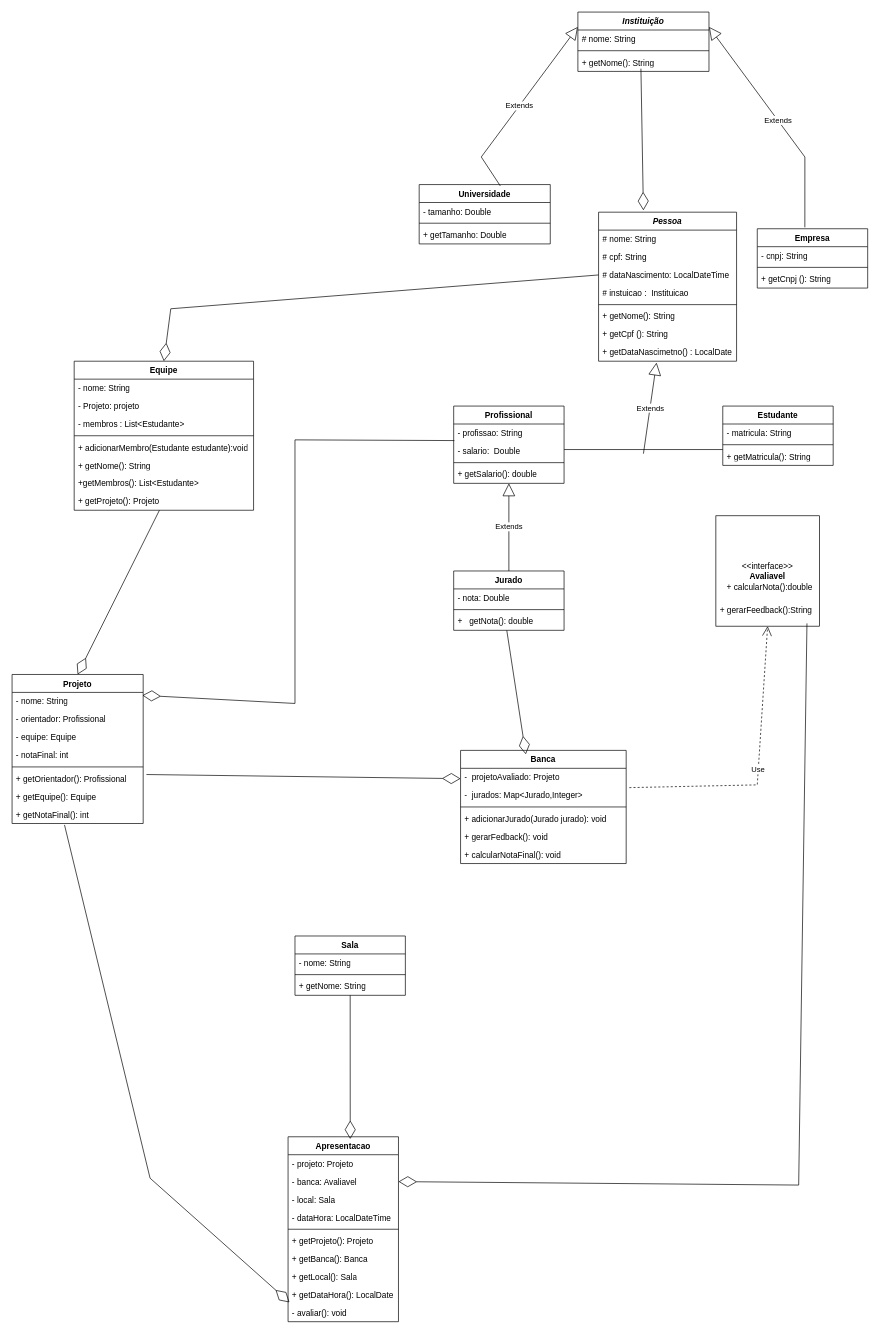
This is Diagrama UML/Hackathons Universitários.drawio from LuizFMoreira/Trabalho-Programa-o-Modular, a draw.io file, before an edit. Source tidied: cells renumbered, new cells numbered last; positions are measured from the earlier drawing's top-left corner, leaving out a move shared by most shapes. Both pictures are drawn from the tidied source at 69%, with x=0, y=0 at pixel (12, 12).
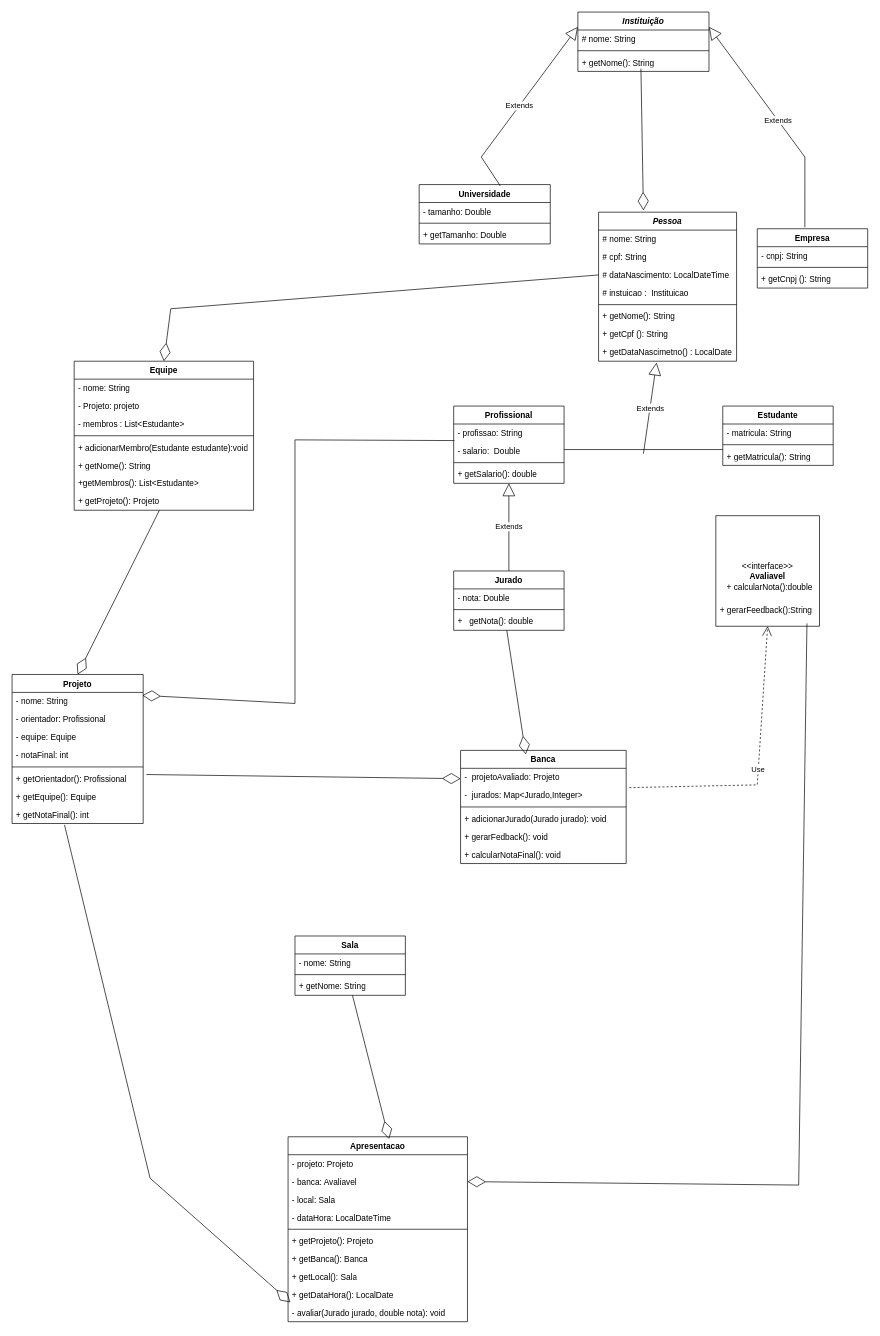
The same page after the edit.

Commit message (it also covers changes not shown here):
versao final da uml

Change to the diagram source:
```diff
@@
     <mxCell id="72" value="Apresentacao" style="swimlane;fontStyle=1;align=center;verticalAlign=top;horizontal=1;startSize=26;whiteSpace=wrap;html=1;" parent="1" vertex="1">
-      <mxGeometry x="400" y="1630" width="160" height="268" as="geometry" />
+      <mxGeometry x="400" y="1630" width="260" height="268" as="geometry" />
     </mxCell>
     <mxCell id="73" value="- projeto: Projeto" style="text;strokeColor=none;fillColor=none;align=left;verticalAlign=top;spacingLeft=4;spacingRight=4;overflow=hidden;whiteSpace=wrap;html=1;" parent="72" vertex="1">
-      <mxGeometry y="26" width="160" height="26" as="geometry" />
+      <mxGeometry y="26" width="260" height="26" as="geometry" />
     </mxCell>
     <mxCell id="74" value="- banca: Avaliavel" style="text;strokeColor=none;fillColor=none;align=left;verticalAlign=top;spacingLeft=4;spacingRight=4;overflow=hidden;points=[[0,0.5],[1,0.5]];portConstraint=eastwest;whiteSpace=wrap;html=1;" parent="72" vertex="1">
-      <mxGeometry y="52" width="160" height="26" as="geometry" />
+      <mxGeometry y="52" width="260" height="26" as="geometry" />
     </mxCell>
     <mxCell id="75" value="- local: Sala" style="text;strokeColor=none;fillColor=none;align=left;verticalAlign=top;spacingLeft=4;spacingRight=4;overflow=hidden;whiteSpace=wrap;html=1;" parent="72" vertex="1">
-      <mxGeometry y="78" width="160" height="26" as="geometry" />
+      <mxGeometry y="78" width="260" height="26" as="geometry" />
     </mxCell>
     <mxCell id="76" value="- dataHora: LocalDateTime" style="text;strokeColor=none;fillColor=none;align=left;verticalAlign=top;spacingLeft=4;spacingRight=4;overflow=hidden;whiteSpace=wrap;html=1;" parent="72" vertex="1">
-      <mxGeometry y="104" width="160" height="26" as="geometry" />
+      <mxGeometry y="104" width="260" height="26" as="geometry" />
     </mxCell>
     <mxCell id="77" style="line;strokeWidth=1;fillColor=none;align=left;verticalAlign=middle;spacingTop=-1;spacingLeft=3;spacingRight=3;labelPosition=right;strokeColor=inherit;" parent="72" vertex="1">
-      <mxGeometry y="130" width="160" height="8" as="geometry" />
+      <mxGeometry y="130" width="260" height="8" as="geometry" />
     </mxCell>
     <mxCell id="78" value="+ getProjeto(): Projeto" style="text;strokeColor=none;fillColor=none;align=left;verticalAlign=top;spacingLeft=4;spacingRight=4;overflow=hidden;whiteSpace=wrap;html=1;" parent="72" vertex="1">
-      <mxGeometry y="138" width="160" height="26" as="geometry" />
+      <mxGeometry y="138" width="260" height="26" as="geometry" />
     </mxCell>
     <mxCell id="79" value="+ getBanca(): Banca" style="text;strokeColor=none;fillColor=none;align=left;verticalAlign=top;spacingLeft=4;spacingRight=4;overflow=hidden;whiteSpace=wrap;html=1;" parent="72" vertex="1">
-      <mxGeometry y="164" width="160" height="26" as="geometry" />
+      <mxGeometry y="164" width="260" height="26" as="geometry" />
     </mxCell>
     <mxCell id="80" value="+ getLocal(): Sala" style="text;strokeColor=none;fillColor=none;align=left;verticalAlign=top;spacingLeft=4;spacingRight=4;overflow=hidden;whiteSpace=wrap;html=1;" parent="72" vertex="1">
-      <mxGeometry y="190" width="160" height="26" as="geometry" />
+      <mxGeometry y="190" width="260" height="26" as="geometry" />
     </mxCell>
     <mxCell id="81" value="+ getDataHora(): LocalDate" style="text;strokeColor=none;fillColor=none;align=left;verticalAlign=top;spacingLeft=4;spacingRight=4;overflow=hidden;whiteSpace=wrap;html=1;" parent="72" vertex="1">
-      <mxGeometry y="216" width="160" height="26" as="geometry" />
+      <mxGeometry y="216" width="260" height="26" as="geometry" />
     </mxCell>
-    <mxCell id="82" value="- avaliar(): void" style="text;strokeColor=none;fillColor=none;align=left;verticalAlign=top;spacingLeft=4;spacingRight=4;overflow=hidden;points=[[0,0.5],[1,0.5]];portConstraint=eastwest;whiteSpace=wrap;html=1;" parent="72" vertex="1">
-      <mxGeometry y="242" width="160" height="26" as="geometry" />
+    <mxCell id="82" value="- avaliar(&lt;span style=&quot;background-color: transparent; color: light-dark(rgb(0, 0, 0), rgb(255, 255, 255));&quot;&gt;Jurado jurado, double nota&lt;/span&gt;&lt;span style=&quot;background-color: transparent; color: light-dark(rgb(0, 0, 0), rgb(255, 255, 255));&quot;&gt;): void&lt;/span&gt;" style="text;strokeColor=none;fillColor=none;align=left;verticalAlign=top;spacingLeft=4;spacingRight=4;overflow=hidden;points=[[0,0.5],[1,0.5]];portConstraint=eastwest;whiteSpace=wrap;html=1;" parent="72" vertex="1">
+      <mxGeometry y="242" width="260" height="26" as="geometry" />
     </mxCell>
```
